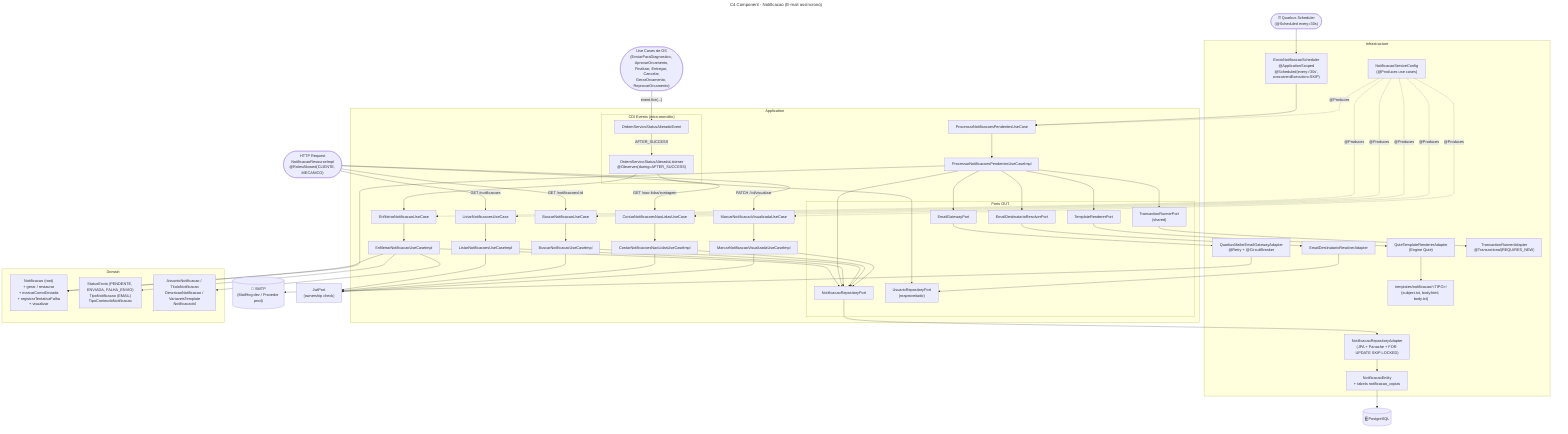
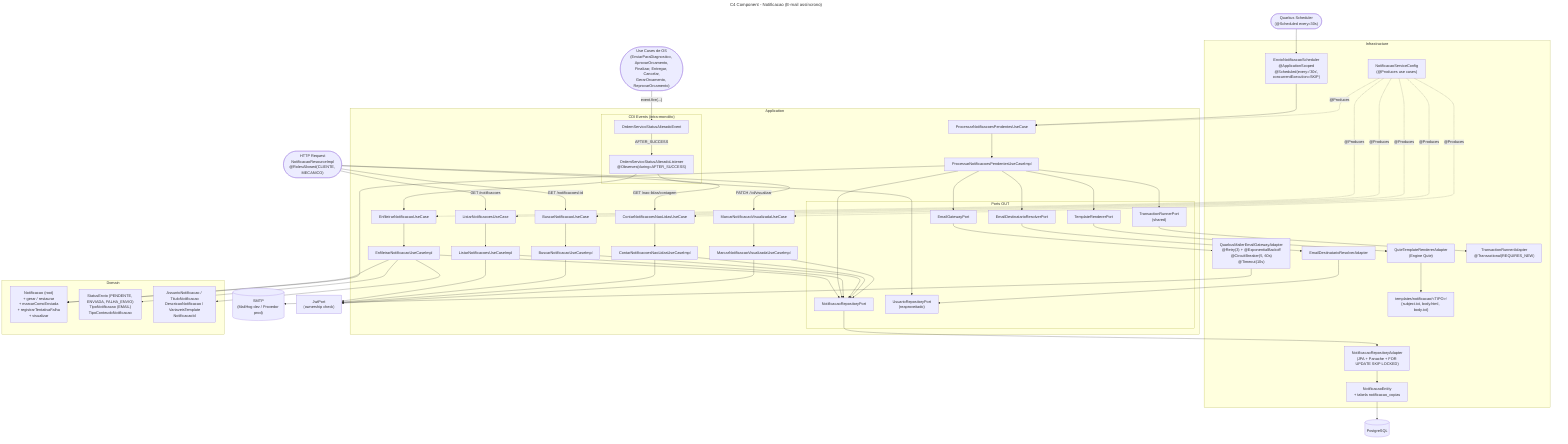
---
title: C4 Component - Notificacao (E-mail assíncrono)
---
flowchart TD
    OS_SVC(["Use Cases de OS<br/>(EnviarParaDiagnostico, AprovarOrcamento,<br/>Finalizar, Entregar, Cancelar,<br/>GerarOrcamento, ReprovarOrcamento)"])
-     SCHED_TICK(["⏰ Quarkus Scheduler<br/>(@Scheduled every=30s)"])
+     SCHED_TICK(["Quarkus Scheduler<br/>(@Scheduled every=30s)"])
    REST(["HTTP Request<br/>NotificacaoResourceImpl<br/>@RolesAllowed(CLIENTE, MECANICO)"])

    subgraph INFRA["Infrastructure"]
        ENS["EnvioNotificacaoScheduler<br/>@ApplicationScoped<br/>@Scheduled(every='30s',<br/>concurrentExecution=SKIP)"]
        NRA["NotificacaoRepositoryAdapter<br/>(JPA + Panache + FOR UPDATE SKIP LOCKED)"]
        NE["NotificacaoEntity<br/>+ tabela notificacao_copias"]
        QRA["QuteTemplateRendererAdapter<br/>(Engine Qute)"]
-         QMG["QuarkusMailerEmailGatewayAdapter<br/>@Retry + @CircuitBreaker"]
+         QMG["QuarkusMailerEmailGatewayAdapter<br/>@Retry(3) + @ExponentialBackoff<br/>@CircuitBreaker(5, 60s)<br/>@Timeout(10s)"]
        EDR["EmailDestinatarioResolverAdapter"]
        TRA["TransactionRunnerAdapter<br/>@Transactional(REQUIRES_NEW)"]
        CFG["NotificacaoServiceConfig<br/>(@Produces use cases)"]
        TPL["templates/notificacao/&lt;TIPO&gt;/<br/>{subject.txt, body.html, body.txt}"]
    end

    subgraph APP["Application"]
        EUC["EnfileirarNotificacaoUseCase"]
        PUC["ProcessarNotificacoesPendentesUseCase"]
        MUC["MarcarNotificacaoVisualizadaUseCase"]
        LUC["ListarNotificacoesUseCase"]
        BUC["BuscarNotificacaoUseCase"]
        CUC["ContarNotificacoesNaoLidasUseCase"]
        ES["EnfileirarNotificacaoUseCaseImpl"]
        PS["ProcessarNotificacoesPendentesUseCaseImpl"]
        MS["MarcarNotificacaoVisualizadaUseCaseImpl"]
        LS["ListarNotificacoesUseCaseImpl"]
        BS["BuscarNotificacaoUseCaseImpl"]
        CS["ContarNotificacoesNaoLidasUseCaseImpl"]

        subgraph EVENT["CDI Events (intra-monolito)"]
            EVT["OrdemServicoStatusAlteradoEvent"]
            LST["OrdemServicoStatusAlteradoListener<br/>@Observes(during=AFTER_SUCCESS)"]
        end

        subgraph PORTS_OUT["Ports OUT"]
            NRP["NotificacaoRepositoryPort"]
            TRP["TemplateRendererPort"]
            EGP["EmailGatewayPort"]
            EDRP["EmailDestinatarioResolverPort"]
            TXR["TransactionRunnerPort<br/>(shared)"]
            URP["UsuarioRepositoryPort<br/>(reaproveitado)"]
        end
    end

    subgraph DOMAIN["Domain"]
        N["Notificacao (root)<br/>+ gerar / restaurar<br/>+ marcarComoEnviada<br/>+ registrarTentativaFalha<br/>+ visualizar"]
        ENUMS["StatusEnvio (PENDENTE, ENVIADA, FALHA_ENVIO)<br/>TipoNotificacao (EMAIL)<br/>TipoConteudoNotificacao"]
        VO["AssuntoNotificacao / TituloNotificacao<br/>DescricaoNotificacao / VariaveisTemplate<br/>NotificacaoId"]
    end

-     SMTP[("📮 SMTP<br/>(MailHog dev / Provedor prod)")]
-     DB[("🗄️ PostgreSQL")]
+     SMTP[("SMTP<br/>(MailHog dev / Provedor prod)")]
+     DB[("PostgreSQL")]

    OS_SVC -- "event.fire(...)" --> EVT
    EVT -- "AFTER_SUCCESS" --> LST
    LST --> EUC --> ES
    ES --> NRP --> NRA --> NE --> DB
    ES --> N & VO & ENUMS

    SCHED_TICK --> ENS --> PUC --> PS
    PS --> NRP
    PS --> TXR --> TRA
    PS --> EDRP --> EDR --> URP
    PS --> TRP --> QRA --> TPL
    PS --> EGP --> QMG --> SMTP
    PS --> N

    REST -->|"GET /notificacoes"| LUC --> LS --> NRP
    REST -->|"GET /notificacoes/:id"| BUC --> BS --> NRP
    REST -->|"GET /nao-lidas/contagem"| CUC --> CS --> NRP
    REST -->|"PATCH /:id/visualizar"| MUC --> MS --> NRP

    LS & BS & CS & MS --> JWT["JwtPort<br/>(ownership check)"]

    CFG -.->|"@Produces"| EUC & PUC & MUC & LUC & BUC & CUC
    LST --> URP
